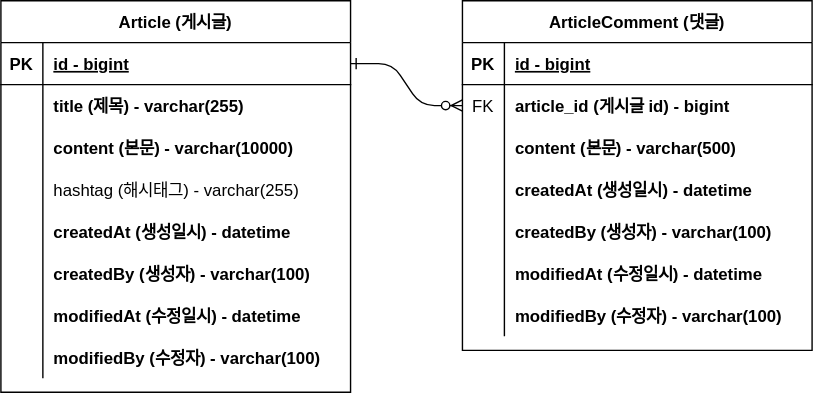
Jaeework/fastcampus-project-board keeps this draw.io diagram as document/project-board-erd.svg. Above is the earlier version. Source tidied: cells renumbered, new cells last; positions are measured from the earlier drawing's top-left corner, leaving out a move shared by most shapes.
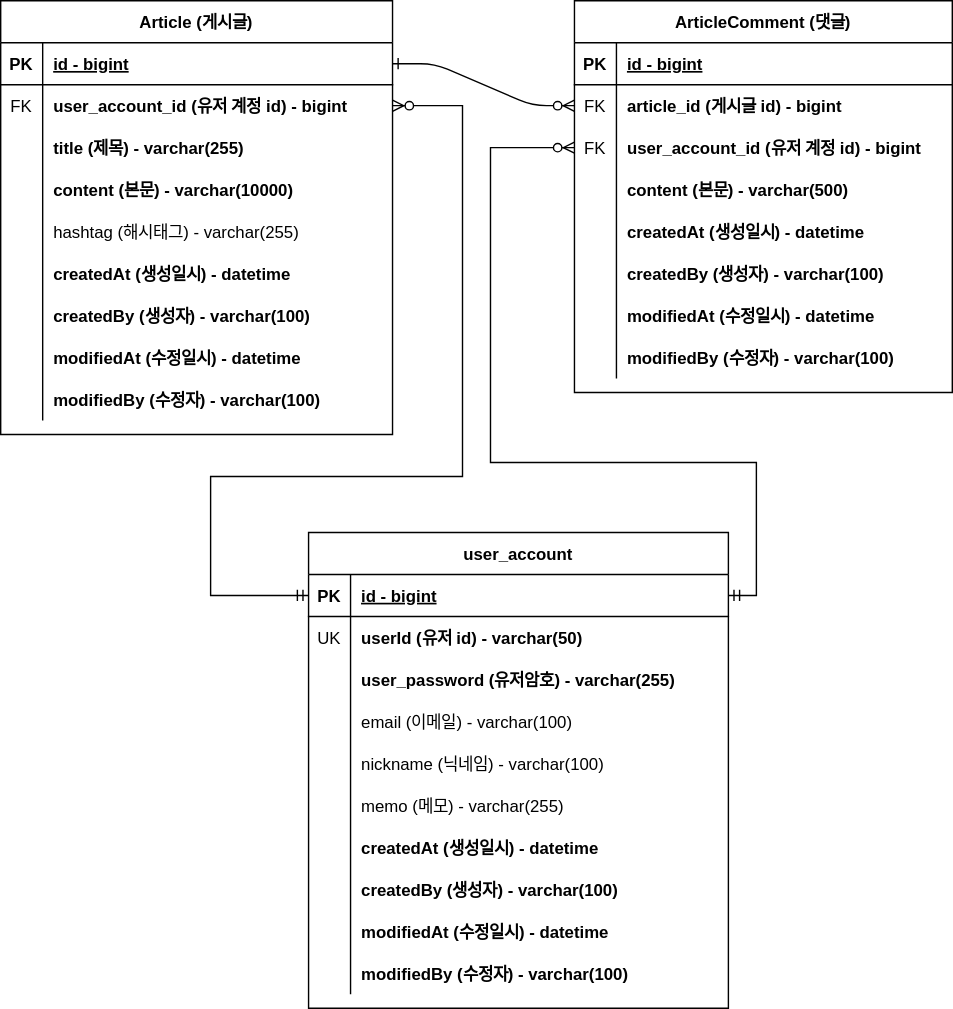
The same file after the commit.

Commit message:
#17 - 회원 계정 도메인 구현 및 erd 반영

What changed in the source:
```diff
@@ -4,12 +4,10 @@
     <mxCell id="1" parent="0" />
-    <mxCell id="2" style="edgeStyle=entityRelationEdgeStyle;endArrow=ERzeroToMany;startArrow=ERone;endFill=1;startFill=0;" parent="1" edge="1" source="4">
-      <mxGeometry relative="1" as="geometry">
-        <mxPoint x="330" y="75" as="targetPoint" />
-      </mxGeometry>
+    <mxCell id="2" style="edgeStyle=entityRelationEdgeStyle;endArrow=ERzeroToMany;startArrow=ERone;endFill=1;startFill=0;entryX=0;entryY=0.5;entryDx=0;entryDy=0;" parent="1" edge="1" source="4" target="32">
+      <mxGeometry relative="1" as="geometry" />
     </mxCell>
     <mxCell id="3" value="Article (게시글)" style="shape=table;startSize=30;rowLines=0;fontStyle=1;align=center;" parent="1" vertex="1">
-      <mxGeometry width="250" height="280" as="geometry" />
+      <mxGeometry x="-40" width="280" height="310" as="geometry" />
     </mxCell>
     <mxCell id="4" style="shape=partialRectangle;fillColor=none;points=[[0,0.5],[1,0.5]];portConstraint=eastwest;top=0;left=0;right=0;bottom=1;" parent="3" vertex="1">
-      <mxGeometry y="30" width="250" height="30" as="geometry" />
+      <mxGeometry y="30" width="280" height="30" as="geometry" />
     </mxCell>
@@ -19,15 +17,24 @@
     <mxCell id="6" value="id - bigint" style="shape=partialRectangle;overflow=hidden;fillColor=none;top=0;left=0;bottom=0;right=0;align=left;spacingLeft=6;fontStyle=5;" parent="4" vertex="1">
-      <mxGeometry x="30" width="220" height="30" as="geometry" />
+      <mxGeometry x="30" width="250" height="30" as="geometry" />
     </mxCell>
     <mxCell id="7" style="shape=partialRectangle;fillColor=none;points=[[0,0.5],[1,0.5]];portConstraint=eastwest;top=0;left=0;right=0;bottom=0;" parent="3" vertex="1">
-      <mxGeometry y="60" width="250" height="30" as="geometry" />
+      <mxGeometry y="60" width="280" height="30" as="geometry" />
     </mxCell>
-    <mxCell id="8" style="shape=partialRectangle;overflow=hidden;fillColor=none;top=0;left=0;bottom=0;right=0;" parent="7" vertex="1">
+    <mxCell id="8" value="FK" style="shape=partialRectangle;overflow=hidden;fillColor=none;top=0;left=0;bottom=0;right=0;" parent="7" vertex="1">
       <mxGeometry width="30" height="30" as="geometry" />
     </mxCell>
-    <mxCell id="9" value="title (제목) - varchar(255)" style="shape=partialRectangle;overflow=hidden;fillColor=none;top=0;left=0;bottom=0;right=0;align=left;spacingLeft=6;fontStyle=1;" parent="7" vertex="1">
-      <mxGeometry x="30" width="220" height="30" as="geometry" />
+    <mxCell id="9" value="user_account_id (유저 계정 id) - bigint" style="shape=partialRectangle;overflow=hidden;fillColor=none;top=0;left=0;bottom=0;right=0;align=left;spacingLeft=6;fontStyle=1;" parent="7" vertex="1">
+      <mxGeometry x="30" width="250" height="30" as="geometry" />
     </mxCell>
+    <mxCell id="50" style="shape=partialRectangle;fillColor=none;top=0;left=0;right=0;bottom=0;" parent="3" vertex="1">
+      <mxGeometry y="90" width="280" height="30" as="geometry" />
+    </mxCell>
+    <mxCell id="51" style="shape=partialRectangle;overflow=hidden;fillColor=none;top=0;left=0;bottom=0;right=0;" parent="50" vertex="1">
+      <mxGeometry width="30" height="30" as="geometry" />
+    </mxCell>
+    <mxCell id="52" value="title (제목) - varchar(255)" style="shape=partialRectangle;overflow=hidden;fillColor=none;top=0;left=0;bottom=0;right=0;align=left;spacingLeft=6;fontStyle=1;" parent="50" vertex="1">
+      <mxGeometry x="30" width="250" height="30" as="geometry" />
+    </mxCell>
     <mxCell id="10" style="shape=partialRectangle;fillColor=none;top=0;left=0;right=0;bottom=0;" parent="3" vertex="1">
-      <mxGeometry y="90" width="250" height="30" as="geometry" />
+      <mxGeometry y="120" width="280" height="30" as="geometry" />
     </mxCell>
@@ -37,6 +44,6 @@
     <mxCell id="12" value="content (본문) - varchar(10000)" style="shape=partialRectangle;overflow=hidden;fillColor=none;top=0;left=0;bottom=0;right=0;align=left;spacingLeft=6;fontStyle=1;" parent="10" vertex="1">
-      <mxGeometry x="30" width="220" height="30" as="geometry" />
+      <mxGeometry x="30" width="250" height="30" as="geometry" />
     </mxCell>
     <mxCell id="13" style="shape=partialRectangle;fillColor=none;top=0;left=0;right=0;bottom=0;" parent="3" vertex="1">
-      <mxGeometry y="120" width="250" height="30" as="geometry" />
+      <mxGeometry y="150" width="280" height="30" as="geometry" />
     </mxCell>
@@ -46,6 +53,6 @@
     <mxCell id="15" value="hashtag (해시태그) - varchar(255)" style="shape=partialRectangle;overflow=hidden;fillColor=none;top=0;left=0;bottom=0;right=0;align=left;spacingLeft=6;" parent="13" vertex="1">
-      <mxGeometry x="30" width="220" height="30" as="geometry" />
+      <mxGeometry x="30" width="250" height="30" as="geometry" />
     </mxCell>
     <mxCell id="16" style="shape=partialRectangle;fillColor=none;top=0;left=0;right=0;bottom=0;" parent="3" vertex="1">
-      <mxGeometry y="150" width="250" height="30" as="geometry" />
+      <mxGeometry y="180" width="280" height="30" as="geometry" />
     </mxCell>
@@ -55,6 +62,6 @@
     <mxCell id="18" value="createdAt (생성일시) - datetime" style="shape=partialRectangle;overflow=hidden;fillColor=none;top=0;left=0;bottom=0;right=0;align=left;spacingLeft=6;fontStyle=1;" parent="16" vertex="1">
-      <mxGeometry x="30" width="220" height="30" as="geometry" />
+      <mxGeometry x="30" width="250" height="30" as="geometry" />
     </mxCell>
     <mxCell id="19" style="shape=partialRectangle;fillColor=none;top=0;left=0;right=0;bottom=0;" parent="3" vertex="1">
-      <mxGeometry y="180" width="250" height="30" as="geometry" />
+      <mxGeometry y="210" width="280" height="30" as="geometry" />
     </mxCell>
@@ -64,6 +71,6 @@
     <mxCell id="21" value="createdBy (생성자) - varchar(100)" style="shape=partialRectangle;overflow=hidden;fillColor=none;top=0;left=0;bottom=0;right=0;align=left;spacingLeft=6;fontStyle=1;" parent="19" vertex="1">
-      <mxGeometry x="30" width="220" height="30" as="geometry" />
+      <mxGeometry x="30" width="250" height="30" as="geometry" />
     </mxCell>
     <mxCell id="22" style="shape=partialRectangle;fillColor=none;top=0;left=0;right=0;bottom=0;" parent="3" vertex="1">
-      <mxGeometry y="210" width="250" height="30" as="geometry" />
+      <mxGeometry y="240" width="280" height="30" as="geometry" />
     </mxCell>
@@ -73,6 +80,6 @@
     <mxCell id="24" value="modifiedAt (수정일시) - datetime" style="shape=partialRectangle;overflow=hidden;fillColor=none;top=0;left=0;bottom=0;right=0;align=left;spacingLeft=6;fontStyle=1;" parent="22" vertex="1">
-      <mxGeometry x="30" width="220" height="30" as="geometry" />
+      <mxGeometry x="30" width="250" height="30" as="geometry" />
     </mxCell>
     <mxCell id="25" style="shape=partialRectangle;fillColor=none;top=0;left=0;right=0;bottom=0;" parent="3" vertex="1">
-      <mxGeometry y="240" width="250" height="30" as="geometry" />
+      <mxGeometry y="270" width="280" height="30" as="geometry" />
     </mxCell>
@@ -82,9 +89,9 @@
     <mxCell id="27" value="modifiedBy (수정자) - varchar(100)" style="shape=partialRectangle;overflow=hidden;fillColor=none;top=0;left=0;bottom=0;right=0;align=left;spacingLeft=6;fontStyle=1;" parent="25" vertex="1">
-      <mxGeometry x="30" width="220" height="30" as="geometry" />
+      <mxGeometry x="30" width="250" height="30" as="geometry" />
     </mxCell>
     <mxCell id="28" value="ArticleComment (댓글)" style="shape=table;startSize=30;rowLines=0;fontStyle=1;align=center;" parent="1" vertex="1">
-      <mxGeometry x="330" width="250" height="250" as="geometry" />
+      <mxGeometry x="370" width="270" height="280" as="geometry" />
     </mxCell>
     <mxCell id="29" style="shape=partialRectangle;fillColor=none;top=0;left=0;right=0;bottom=1;" parent="28" vertex="1">
-      <mxGeometry y="30" width="250" height="30" as="geometry" />
+      <mxGeometry y="30" width="270" height="30" as="geometry" />
     </mxCell>
@@ -94,6 +101,6 @@
     <mxCell id="31" value="id - bigint" style="shape=partialRectangle;overflow=hidden;fillColor=none;top=0;left=0;bottom=0;right=0;align=left;spacingLeft=6;fontStyle=5;" parent="29" vertex="1">
-      <mxGeometry x="30" width="220" height="30" as="geometry" />
+      <mxGeometry x="30" width="240" height="30" as="geometry" />
     </mxCell>
     <mxCell id="32" style="shape=partialRectangle;fillColor=none;points=[[0,0.5],[1,0.5]];portConstraint=eastwest;top=0;left=0;right=0;bottom=0;" parent="28" vertex="1">
-      <mxGeometry y="60" width="250" height="30" as="geometry" />
+      <mxGeometry y="60" width="270" height="30" as="geometry" />
     </mxCell>
@@ -103,6 +110,15 @@
     <mxCell id="34" value="article_id (게시글 id) - bigint" style="shape=partialRectangle;overflow=hidden;fillColor=none;top=0;left=0;bottom=0;right=0;align=left;spacingLeft=6;fontStyle=1;" parent="32" vertex="1">
-      <mxGeometry x="30" width="220" height="30" as="geometry" />
+      <mxGeometry x="30" width="240" height="30" as="geometry" />
     </mxCell>
+    <mxCell id="53" style="shape=partialRectangle;fillColor=none;points=[[0,0.5],[1,0.5]];portConstraint=eastwest;top=0;left=0;right=0;bottom=0;" parent="28" vertex="1">
+      <mxGeometry y="90" width="270" height="30" as="geometry" />
+    </mxCell>
+    <mxCell id="54" value="FK" style="shape=partialRectangle;overflow=hidden;fillColor=none;top=0;left=0;bottom=0;right=0;" parent="53" vertex="1">
+      <mxGeometry width="30" height="30" as="geometry" />
+    </mxCell>
+    <mxCell id="55" value="user_account_id (유저 계정 id) - bigint" style="shape=partialRectangle;overflow=hidden;fillColor=none;top=0;left=0;bottom=0;right=0;align=left;spacingLeft=6;fontStyle=1;" parent="53" vertex="1">
+      <mxGeometry x="30" width="240" height="30" as="geometry" />
+    </mxCell>
     <mxCell id="35" style="shape=partialRectangle;fillColor=none;top=0;left=0;right=0;bottom=0;" parent="28" vertex="1">
-      <mxGeometry y="90" width="250" height="30" as="geometry" />
+      <mxGeometry y="120" width="270" height="30" as="geometry" />
     </mxCell>
@@ -112,6 +128,6 @@
     <mxCell id="37" value="content (본문) - varchar(500)" style="shape=partialRectangle;overflow=hidden;fillColor=none;top=0;left=0;bottom=0;right=0;align=left;spacingLeft=6;fontStyle=1;" parent="35" vertex="1">
-      <mxGeometry x="30" width="220" height="30" as="geometry" />
+      <mxGeometry x="30" width="240" height="30" as="geometry" />
     </mxCell>
     <mxCell id="38" style="shape=partialRectangle;fillColor=none;top=0;left=0;right=0;bottom=0;" parent="28" vertex="1">
-      <mxGeometry y="120" width="250" height="30" as="geometry" />
+      <mxGeometry y="150" width="270" height="30" as="geometry" />
     </mxCell>
@@ -121,6 +137,6 @@
     <mxCell id="40" value="createdAt (생성일시) - datetime" style="shape=partialRectangle;overflow=hidden;fillColor=none;top=0;left=0;bottom=0;right=0;align=left;spacingLeft=6;fontStyle=1;" parent="38" vertex="1">
-      <mxGeometry x="30" width="220" height="30" as="geometry" />
+      <mxGeometry x="30" width="240" height="30" as="geometry" />
     </mxCell>
     <mxCell id="41" style="shape=partialRectangle;fillColor=none;top=0;left=0;right=0;bottom=0;" parent="28" vertex="1">
-      <mxGeometry y="150" width="250" height="30" as="geometry" />
+      <mxGeometry y="180" width="270" height="30" as="geometry" />
     </mxCell>
@@ -130,6 +146,6 @@
     <mxCell id="43" value="createdBy (생성자) - varchar(100)" style="shape=partialRectangle;overflow=hidden;fillColor=none;top=0;left=0;bottom=0;right=0;align=left;spacingLeft=6;fontStyle=1;" parent="41" vertex="1">
-      <mxGeometry x="30" width="220" height="30" as="geometry" />
+      <mxGeometry x="30" width="240" height="30" as="geometry" />
     </mxCell>
     <mxCell id="44" style="shape=partialRectangle;fillColor=none;top=0;left=0;right=0;bottom=0;" parent="28" vertex="1">
-      <mxGeometry y="180" width="250" height="30" as="geometry" />
+      <mxGeometry y="210" width="270" height="30" as="geometry" />
     </mxCell>
@@ -139,6 +155,6 @@
     <mxCell id="46" value="modifiedAt (수정일시) - datetime" style="shape=partialRectangle;overflow=hidden;fillColor=none;top=0;left=0;bottom=0;right=0;align=left;spacingLeft=6;fontStyle=1;" parent="44" vertex="1">
-      <mxGeometry x="30" width="220" height="30" as="geometry" />
+      <mxGeometry x="30" width="240" height="30" as="geometry" />
     </mxCell>
     <mxCell id="47" style="shape=partialRectangle;fillColor=none;top=0;left=0;right=0;bottom=0;" parent="28" vertex="1">
-      <mxGeometry y="210" width="250" height="30" as="geometry" />
+      <mxGeometry y="240" width="270" height="30" as="geometry" />
     </mxCell>
@@ -148,4 +164,117 @@
     <mxCell id="49" value="modifiedBy (수정자) - varchar(100)" style="shape=partialRectangle;overflow=hidden;fillColor=none;top=0;left=0;bottom=0;right=0;align=left;spacingLeft=6;fontStyle=1;" parent="47" vertex="1">
-      <mxGeometry x="30" width="220" height="30" as="geometry" />
+      <mxGeometry x="30" width="240" height="30" as="geometry" />
     </mxCell>
+    <mxCell id="56" value="user_account" style="shape=table;startSize=30;rowLines=0;fontStyle=1;align=center;" parent="1" vertex="1">
+      <mxGeometry x="180" y="380" width="300" height="340" as="geometry" />
+    </mxCell>
+    <mxCell id="57" style="shape=partialRectangle;fillColor=none;points=[[0,0.5],[1,0.5]];portConstraint=eastwest;top=0;left=0;right=0;bottom=1;" parent="56" vertex="1">
+      <mxGeometry y="30" width="300" height="30" as="geometry" />
+    </mxCell>
+    <mxCell id="58" value="PK" style="shape=partialRectangle;overflow=hidden;fillColor=none;top=0;left=0;bottom=0;right=0;fontStyle=1;" parent="57" vertex="1">
+      <mxGeometry width="30" height="30" as="geometry" />
+    </mxCell>
+    <mxCell id="59" value="id - bigint" style="shape=partialRectangle;overflow=hidden;fillColor=none;top=0;left=0;bottom=0;right=0;align=left;spacingLeft=6;fontStyle=5;" parent="57" vertex="1">
+      <mxGeometry x="30" width="270" height="30" as="geometry" />
+    </mxCell>
+    <mxCell id="60" style="shape=partialRectangle;fillColor=none;top=0;left=0;right=0;bottom=0;" parent="56" vertex="1">
+      <mxGeometry y="60" width="300" height="30" as="geometry" />
+    </mxCell>
+    <mxCell id="61" value="UK" style="shape=partialRectangle;overflow=hidden;fillColor=none;top=0;left=0;bottom=0;right=0;" parent="60" vertex="1">
+      <mxGeometry width="30" height="30" as="geometry" />
+    </mxCell>
+    <mxCell id="62" value="userId (유저 id) - varchar(50)" style="shape=partialRectangle;overflow=hidden;fillColor=none;top=0;left=0;bottom=0;right=0;align=left;spacingLeft=6;fontStyle=1;" parent="60" vertex="1">
+      <mxGeometry x="30" width="270" height="30" as="geometry" />
+    </mxCell>
+    <mxCell id="63" style="shape=partialRectangle;fillColor=none;top=0;left=0;right=0;bottom=0;" parent="56" vertex="1">
+      <mxGeometry y="90" width="300" height="30" as="geometry" />
+    </mxCell>
+    <mxCell id="64" style="shape=partialRectangle;overflow=hidden;fillColor=none;top=0;left=0;bottom=0;right=0;" parent="63" vertex="1">
+      <mxGeometry width="30" height="30" as="geometry" />
+    </mxCell>
+    <mxCell id="65" value="user_password (유저암호) - varchar(255)" style="shape=partialRectangle;overflow=hidden;fillColor=none;top=0;left=0;bottom=0;right=0;align=left;spacingLeft=6;fontStyle=1;" parent="63" vertex="1">
+      <mxGeometry x="30" width="270" height="30" as="geometry" />
+    </mxCell>
+    <mxCell id="66" style="shape=partialRectangle;fillColor=none;top=0;left=0;right=0;bottom=0;" parent="56" vertex="1">
+      <mxGeometry y="120" width="300" height="30" as="geometry" />
+    </mxCell>
+    <mxCell id="67" style="shape=partialRectangle;overflow=hidden;fillColor=none;top=0;left=0;bottom=0;right=0;" parent="66" vertex="1">
+      <mxGeometry width="30" height="30" as="geometry" />
+    </mxCell>
+    <mxCell id="68" value="email (이메일) - varchar(100)" style="shape=partialRectangle;overflow=hidden;fillColor=none;top=0;left=0;bottom=0;right=0;align=left;spacingLeft=6;" parent="66" vertex="1">
+      <mxGeometry x="30" width="270" height="30" as="geometry" />
+    </mxCell>
+    <mxCell id="69" style="shape=partialRectangle;fillColor=none;top=0;left=0;right=0;bottom=0;" parent="56" vertex="1">
+      <mxGeometry y="150" width="300" height="30" as="geometry" />
+    </mxCell>
+    <mxCell id="70" style="shape=partialRectangle;overflow=hidden;fillColor=none;top=0;left=0;bottom=0;right=0;" parent="69" vertex="1">
+      <mxGeometry width="30" height="30" as="geometry" />
+    </mxCell>
+    <mxCell id="71" value="nickname (닉네임) - varchar(100)" style="shape=partialRectangle;overflow=hidden;fillColor=none;top=0;left=0;bottom=0;right=0;align=left;spacingLeft=6;" parent="69" vertex="1">
+      <mxGeometry x="30" width="270" height="30" as="geometry" />
+    </mxCell>
+    <mxCell id="72" style="shape=partialRectangle;fillColor=none;top=0;left=0;right=0;bottom=0;" parent="56" vertex="1">
+      <mxGeometry y="180" width="300" height="30" as="geometry" />
+    </mxCell>
+    <mxCell id="73" style="shape=partialRectangle;overflow=hidden;fillColor=none;top=0;left=0;bottom=0;right=0;" parent="72" vertex="1">
+      <mxGeometry width="30" height="30" as="geometry" />
+    </mxCell>
+    <mxCell id="74" value="memo (메모) - varchar(255)" style="shape=partialRectangle;overflow=hidden;fillColor=none;top=0;left=0;bottom=0;right=0;align=left;spacingLeft=6;" parent="72" vertex="1">
+      <mxGeometry x="30" width="270" height="30" as="geometry" />
+    </mxCell>
+    <mxCell id="75" style="shape=partialRectangle;fillColor=none;top=0;left=0;right=0;bottom=0;" parent="56" vertex="1">
+      <mxGeometry y="210" width="300" height="30" as="geometry" />
+    </mxCell>
+    <mxCell id="76" style="shape=partialRectangle;overflow=hidden;fillColor=none;top=0;left=0;bottom=0;right=0;" parent="75" vertex="1">
+      <mxGeometry width="30" height="30" as="geometry" />
+    </mxCell>
+    <mxCell id="77" value="createdAt (생성일시) - datetime" style="shape=partialRectangle;overflow=hidden;fillColor=none;top=0;left=0;bottom=0;right=0;align=left;spacingLeft=6;fontStyle=1;" parent="75" vertex="1">
+      <mxGeometry x="30" width="270" height="30" as="geometry" />
+    </mxCell>
+    <mxCell id="78" style="shape=partialRectangle;fillColor=none;top=0;left=0;right=0;bottom=0;" parent="56" vertex="1">
+      <mxGeometry y="240" width="300" height="30" as="geometry" />
+    </mxCell>
+    <mxCell id="79" style="shape=partialRectangle;overflow=hidden;fillColor=none;top=0;left=0;bottom=0;right=0;" parent="78" vertex="1">
+      <mxGeometry width="30" height="30" as="geometry" />
+    </mxCell>
+    <mxCell id="80" value="createdBy (생성자) - varchar(100)" style="shape=partialRectangle;overflow=hidden;fillColor=none;top=0;left=0;bottom=0;right=0;align=left;spacingLeft=6;fontStyle=1;" parent="78" vertex="1">
+      <mxGeometry x="30" width="270" height="30" as="geometry" />
+    </mxCell>
+    <mxCell id="81" style="shape=partialRectangle;fillColor=none;top=0;left=0;right=0;bottom=0;" parent="56" vertex="1">
+      <mxGeometry y="270" width="300" height="30" as="geometry" />
+    </mxCell>
+    <mxCell id="82" style="shape=partialRectangle;overflow=hidden;fillColor=none;top=0;left=0;bottom=0;right=0;" parent="81" vertex="1">
+      <mxGeometry width="30" height="30" as="geometry" />
+    </mxCell>
+    <mxCell id="83" value="modifiedAt (수정일시) - datetime" style="shape=partialRectangle;overflow=hidden;fillColor=none;top=0;left=0;bottom=0;right=0;align=left;spacingLeft=6;fontStyle=1;" parent="81" vertex="1">
+      <mxGeometry x="30" width="270" height="30" as="geometry" />
+    </mxCell>
+    <mxCell id="84" style="shape=partialRectangle;fillColor=none;top=0;left=0;right=0;bottom=0;" parent="56" vertex="1">
+      <mxGeometry y="300" width="300" height="30" as="geometry" />
+    </mxCell>
+    <mxCell id="85" style="shape=partialRectangle;overflow=hidden;fillColor=none;top=0;left=0;bottom=0;right=0;" parent="84" vertex="1">
+      <mxGeometry width="30" height="30" as="geometry" />
+    </mxCell>
+    <mxCell id="86" value="modifiedBy (수정자) - varchar(100)" style="shape=partialRectangle;overflow=hidden;fillColor=none;top=0;left=0;bottom=0;right=0;align=left;spacingLeft=6;fontStyle=1;" parent="84" vertex="1">
+      <mxGeometry x="30" width="270" height="30" as="geometry" />
+    </mxCell>
+    <mxCell id="87" style="edgeStyle=orthogonalEdgeStyle;fontSize=12;html=1;endArrow=ERzeroToMany;startArrow=ERmandOne;rounded=0;entryX=1;entryY=0.5;entryDx=0;entryDy=0;exitX=0;exitY=0.5;exitDx=0;exitDy=0;" parent="1" edge="1" source="57" target="7">
+      <mxGeometry relative="1" as="geometry">
+        <Array as="points">
+          <mxPoint x="110" y="425" />
+          <mxPoint x="110" y="340" />
+          <mxPoint x="290" y="340" />
+          <mxPoint x="290" y="75" />
+        </Array>
+      </mxGeometry>
+    </mxCell>
+    <mxCell id="88" style="edgeStyle=orthogonalEdgeStyle;fontSize=12;html=1;endArrow=ERzeroToMany;startArrow=ERmandOne;rounded=0;exitX=1;exitY=0.5;exitDx=0;exitDy=0;entryX=0;entryY=0.5;entryDx=0;entryDy=0;" parent="1" edge="1" source="57" target="53">
+      <mxGeometry relative="1" as="geometry">
+        <Array as="points">
+          <mxPoint x="500" y="425" />
+          <mxPoint x="500" y="330" />
+          <mxPoint x="310" y="330" />
+          <mxPoint x="310" y="105" />
+        </Array>
+      </mxGeometry>
+    </mxCell>
   </root>
```
